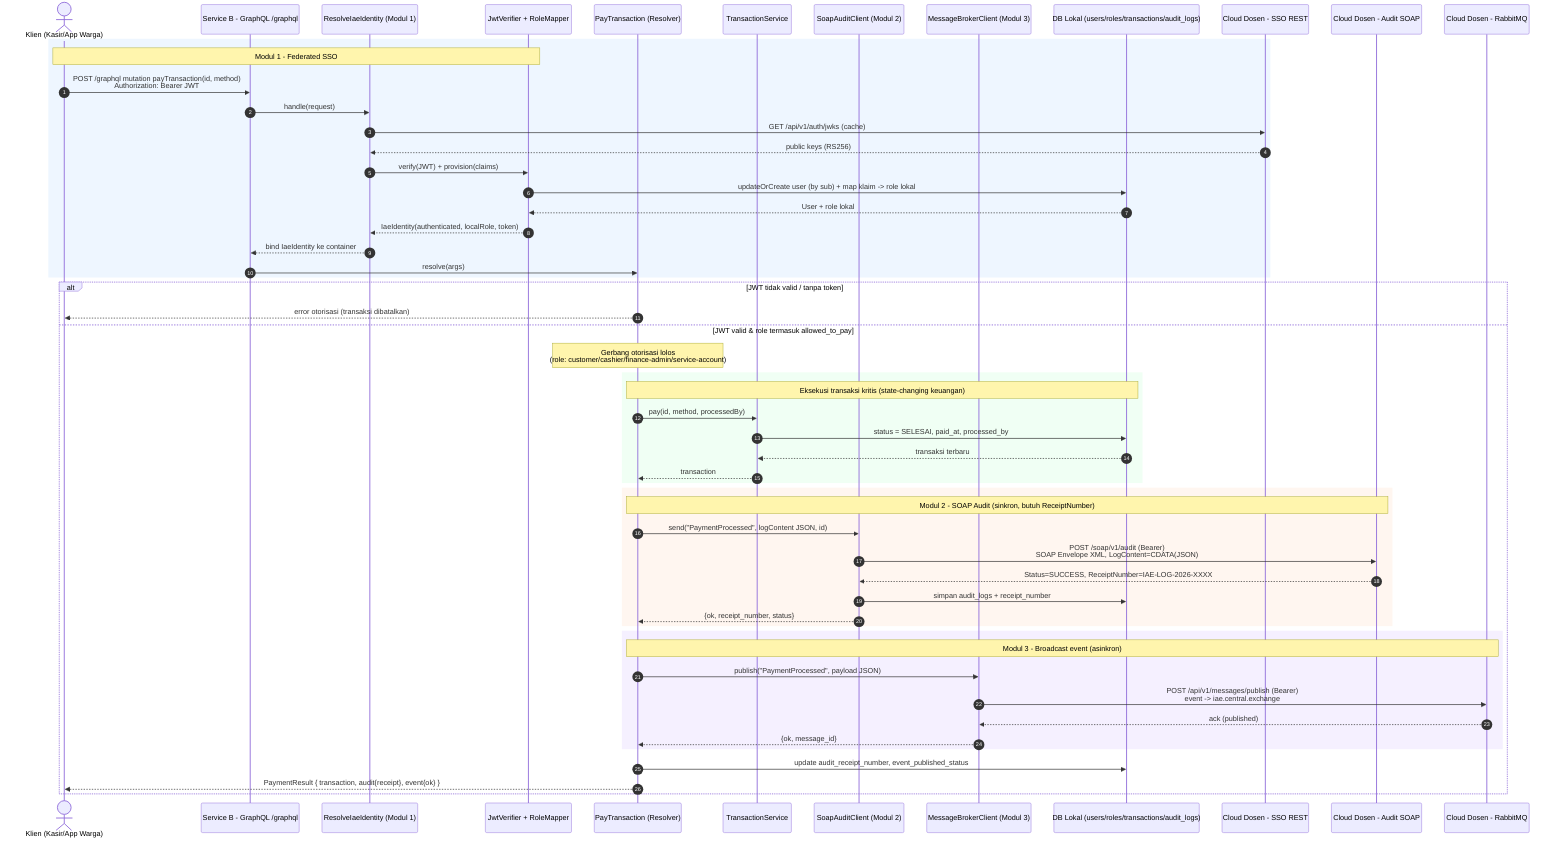
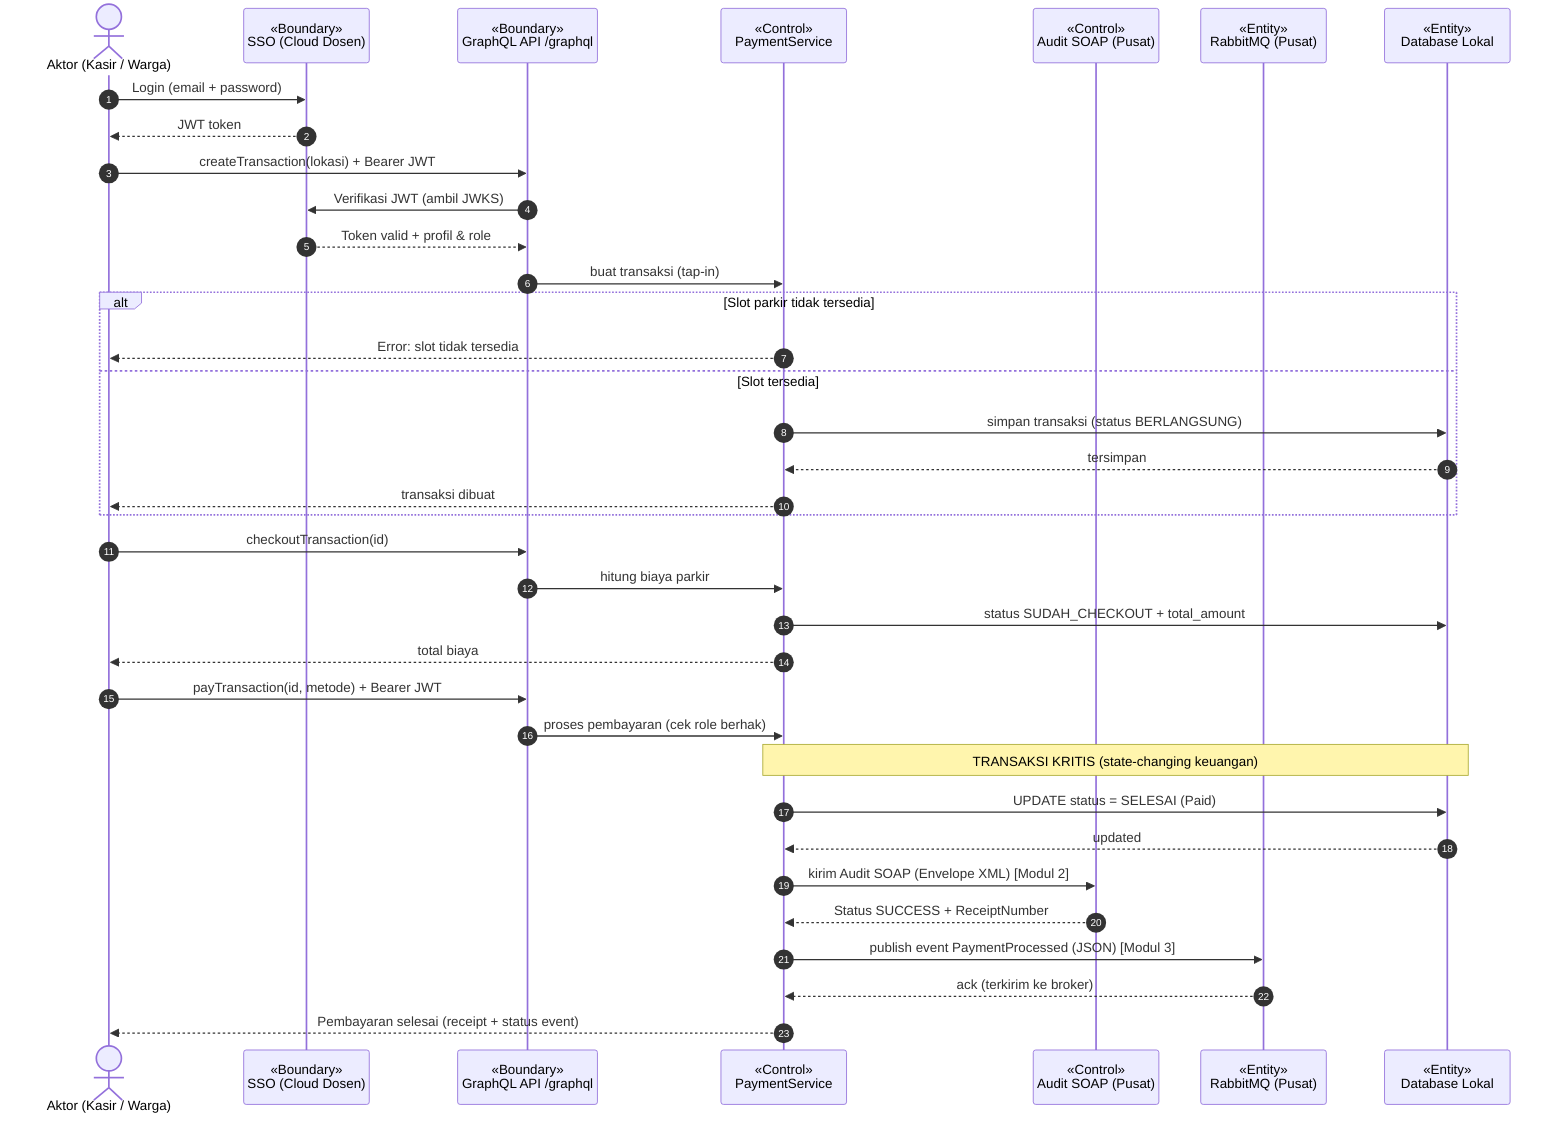
- %% Tugas 3 IAE - Service B (Smart Parking)
- %% Sequence Diagram: orkestrasi transaksi kritis payTransaction
- %% Modul 1 (SSO) -> Modul 2 (SOAP Audit) -> Modul 3 (RabbitMQ)
+ %% Tugas 3 IAE - Service B (Smart Parking) Transaksi & Pembayaran
+ %% Diagram Sequence (gaya robustness: Boundary / Control / Entity)
+ %% Transaksi kritis: pembayaran -> SSO (Modul 1) + SOAP Audit (Modul 2) + RabbitMQ (Modul 3)
sequenceDiagram
    autonumber
-     actor Client as Klien (Kasir/App Warga)
-     participant GQL as Service B - GraphQL /graphql
-     participant MW as ResolveIaeIdentity (Modul 1)
-     participant RM as JwtVerifier + RoleMapper
-     participant PAY as PayTransaction (Resolver)
-     participant SVC as TransactionService
-     participant SOAP as SoapAuditClient (Modul 2)
-     participant MQC as MessageBrokerClient (Modul 3)
-     participant DB as DB Lokal (users/roles/transactions/audit_logs)
-     participant SSO as Cloud Dosen - SSO REST
-     participant AUDIT as Cloud Dosen - Audit SOAP
-     participant MQ as Cloud Dosen - RabbitMQ
+     actor U as Aktor (Kasir / Warga)
+     participant SSO as «Boundary»<br/>SSO (Cloud Dosen)
+     participant API as «Boundary»<br/>GraphQL API /graphql
+     participant PS as «Control»<br/>PaymentService
+     participant AUD as «Control»<br/>Audit SOAP (Pusat)
+     participant MQ as «Entity»<br/>RabbitMQ (Pusat)
+     participant DB as «Entity»<br/>Database Lokal

-     rect rgb(238, 246, 255)
-     note over Client,RM: Modul 1 - Federated SSO
-     Client->>GQL: POST /graphql mutation payTransaction(id, method)<br/>Authorization: Bearer JWT
-     GQL->>MW: handle(request)
-     MW->>SSO: GET /api/v1/auth/jwks (cache)
-     SSO-->>MW: public keys (RS256)
-     MW->>RM: verify(JWT) + provision(claims)
-     RM->>DB: updateOrCreate user (by sub) + map klaim -> role lokal
-     DB-->>RM: User + role lokal
-     RM-->>MW: IaeIdentity(authenticated, localRole, token)
-     MW-->>GQL: bind IaeIdentity ke container
-     GQL->>PAY: resolve(args)
+     U->>SSO: Login (email + password)
+     SSO-->>U: JWT token
+ 
+     U->>API: createTransaction(lokasi) + Bearer JWT
+     API->>SSO: Verifikasi JWT (ambil JWKS)
+     SSO-->>API: Token valid + profil & role
+     API->>PS: buat transaksi (tap-in)
+ 
+     alt Slot parkir tidak tersedia
+         PS-->>U: Error: slot tidak tersedia
+     else Slot tersedia
+         PS->>DB: simpan transaksi (status BERLANGSUNG)
+         DB-->>PS: tersimpan
+         PS-->>U: transaksi dibuat
    end

-     alt JWT tidak valid / tanpa token
-         PAY-->>Client: error otorisasi (transaksi dibatalkan)
-     else JWT valid & role termasuk allowed_to_pay
-         note over PAY: Gerbang otorisasi lolos<br/>(role: customer/cashier/finance-admin/service-account)
+     U->>API: checkoutTransaction(id)
+     API->>PS: hitung biaya parkir
+     PS->>DB: status SUDAH_CHECKOUT + total_amount
+     PS-->>U: total biaya

-         rect rgb(240, 255, 244)
-         note over PAY,DB: Eksekusi transaksi kritis (state-changing keuangan)
-         PAY->>SVC: pay(id, method, processedBy)
-         SVC->>DB: status = SELESAI, paid_at, processed_by
-         DB-->>SVC: transaksi terbaru
-         SVC-->>PAY: transaction
-         end
+     U->>API: payTransaction(id, metode) + Bearer JWT
+     API->>PS: proses pembayaran (cek role berhak)

-         rect rgb(255, 246, 240)
-         note over PAY,AUDIT: Modul 2 - SOAP Audit (sinkron, butuh ReceiptNumber)
-         PAY->>SOAP: send("PaymentProcessed", logContent JSON, id)
-         SOAP->>AUDIT: POST /soap/v1/audit (Bearer)<br/>SOAP Envelope XML, LogContent=CDATA(JSON)
-         AUDIT-->>SOAP: Status=SUCCESS, ReceiptNumber=IAE-LOG-2026-XXXX
-         SOAP->>DB: simpan audit_logs + receipt_number
-         SOAP-->>PAY: {ok, receipt_number, status}
-         end
+     Note over PS,DB: TRANSAKSI KRITIS (state-changing keuangan)
+     PS->>DB: UPDATE status = SELESAI (Paid)
+     DB-->>PS: updated

-         rect rgb(245, 240, 255)
-         note over PAY,MQ: Modul 3 - Broadcast event (asinkron)
-         PAY->>MQC: publish("PaymentProcessed", payload JSON)
-         MQC->>MQ: POST /api/v1/messages/publish (Bearer)<br/>event -> iae.central.exchange
-         MQ-->>MQC: ack (published)
-         MQC-->>PAY: {ok, message_id}
-         end
+     PS->>AUD: kirim Audit SOAP (Envelope XML) [Modul 2]
+     AUD-->>PS: Status SUCCESS + ReceiptNumber

-         PAY->>DB: update audit_receipt_number, event_published_status
-         PAY-->>Client: PaymentResult { transaction, audit{receipt}, event{ok} }
-     end
+     PS->>MQ: publish event PaymentProcessed (JSON) [Modul 3]
+     MQ-->>PS: ack (terkirim ke broker)
+ 
+     PS-->>U: Pembayaran selesai (receipt + status event)
